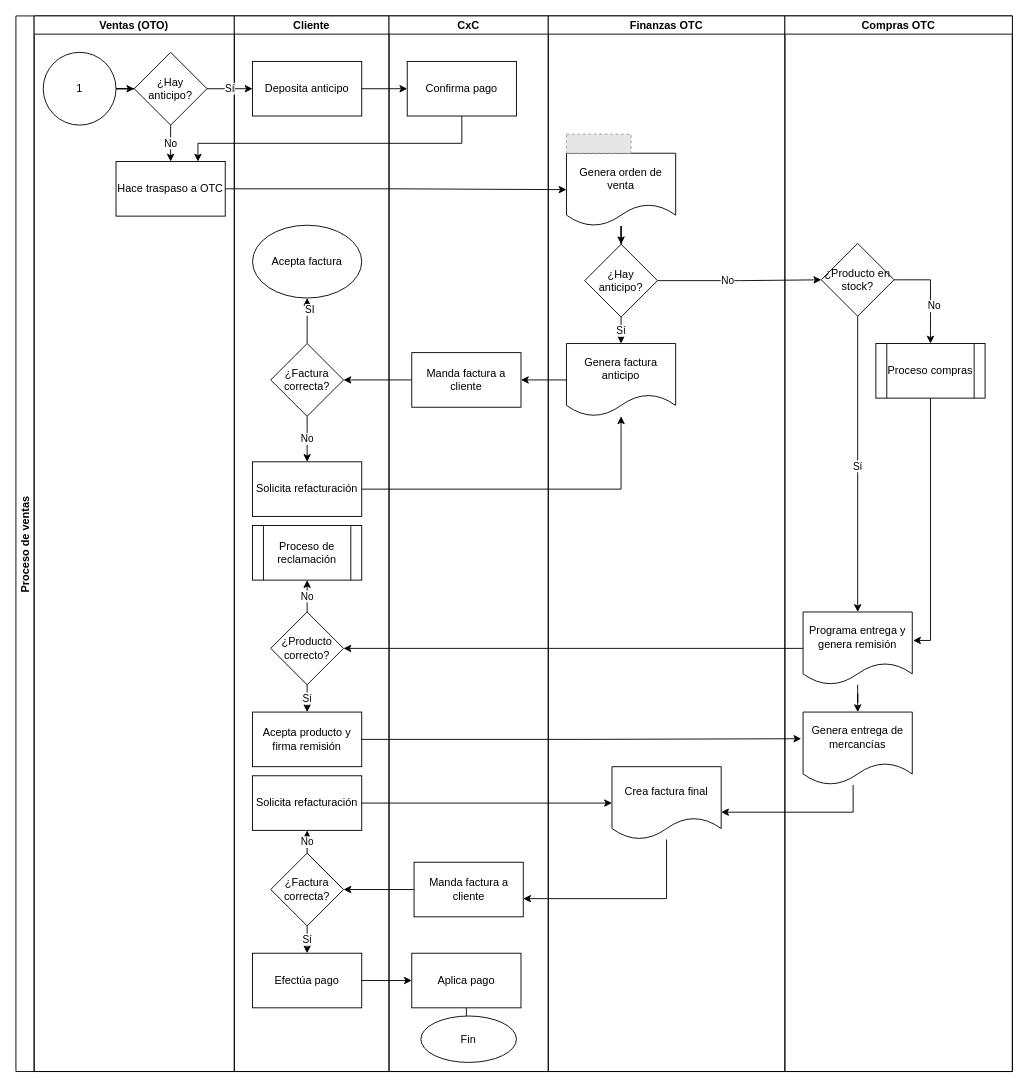
FerAran/Flowchart keeps this draw.io diagram as page "OTC" (2 of 2) of Venta bajo pedido.drawio. Above is the earlier version. Source tidied: cells renumbered, new cells numbered last; positions are measured from the earlier drawing's top-left corner, leaving out a move shared by most shapes. Both pictures are drawn from the tidied source at 91%, with x=0, y=0 at pixel (15, 15). Pictures stored in the file or linked from it are replaced by grey dashed boxes.
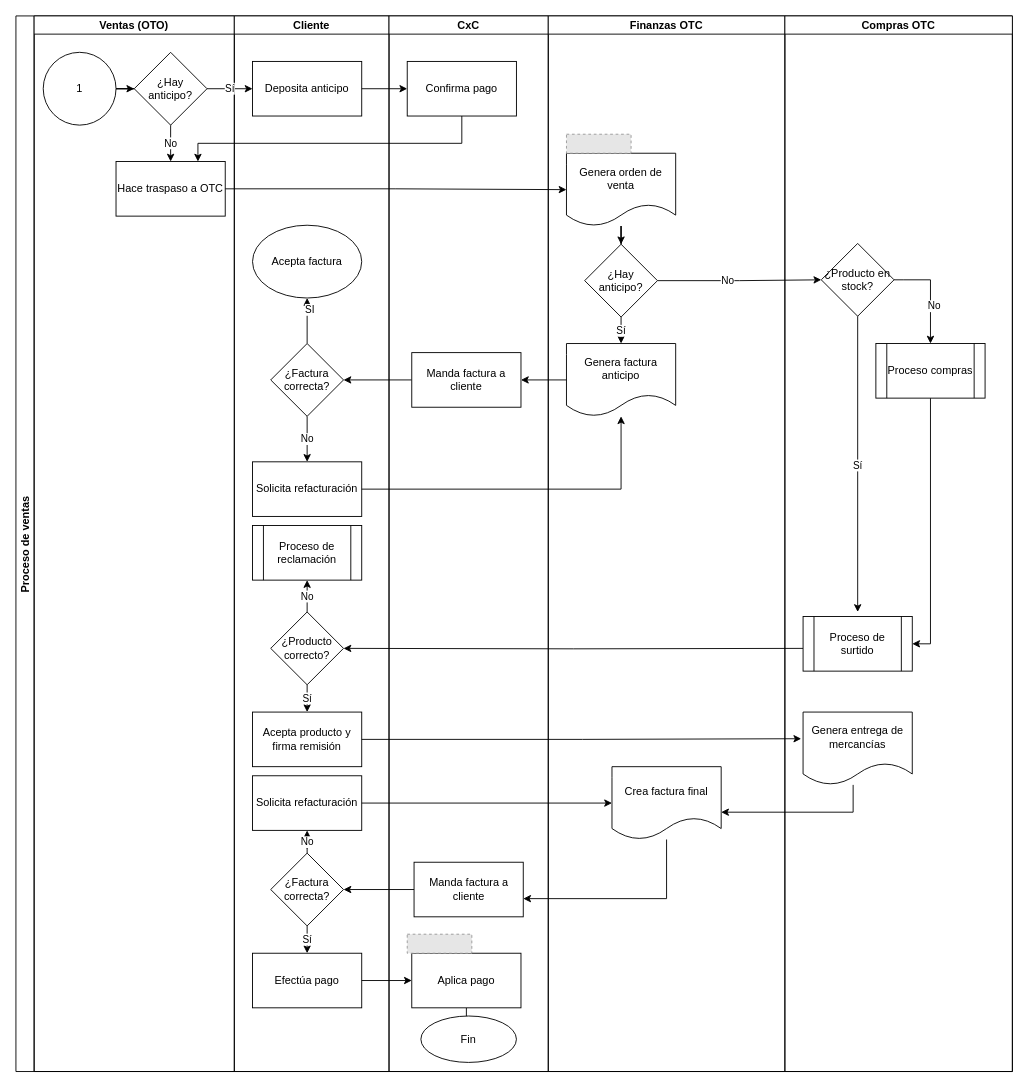
Above is the later version.

The change refers to these unchanged cells:
```xml
<mxCell id="2" value="Proceso de ventas" style="swimlane;startSize=20;horizontal=0;" parent="1" vertex="1">
  <mxGeometry width="1095" height="1160" as="geometry" />
</mxCell>
<mxCell id="18" value="¿Producto correcto?" style="rhombus;whiteSpace=wrap;html=1;" parent="9" vertex="1">
  <mxGeometry x="40" y="655" width="80" height="80" as="geometry" />
</mxCell>
<mxCell id="28" value="CxC" style="swimlane;startSize=20;" parent="2" vertex="1">
  <mxGeometry x="410" width="175" height="1160" as="geometry" />
</mxCell>
<mxCell id="51" value="Compras OTC" style="swimlane;startSize=20;" parent="2" vertex="1">
  <mxGeometry x="845" width="250" height="1160" as="geometry" />
</mxCell>
<mxCell id="54" value="¿Producto en stock?" style="rhombus;whiteSpace=wrap;html=1;" parent="51" vertex="1">
  <mxGeometry x="40" y="250" width="80" height="80" as="geometry" />
</mxCell>
<mxCell id="56" value="Proceso compras" style="shape=process;whiteSpace=wrap;html=1;backgroundOutline=1;" parent="51" vertex="1">
  <mxGeometry x="100" y="360" width="120" height="60" as="geometry" />
</mxCell>
<mxCell id="61" value="Genera entrega de mercancías" style="shape=document;whiteSpace=wrap;html=1;boundedLbl=1;" parent="51" vertex="1">
  <mxGeometry x="20" y="765" width="120" height="80" as="geometry" />
</mxCell>
```

Change to the diagram source:
```diff
@@
+    <mxCell id="69" style="fillColor=#E6E6E6;strokeColor=#999999;dashed=1;verticalLabelPosition=bottom;labelBackgroundColor=default;verticalAlign=top;" parent="28" vertex="1">
+      <mxGeometry x="20" y="1009.1" width="71" height="20.9" as="geometry" />
+    </mxCell>
@@
-    <mxCell id="48" style="edgeStyle=orthogonalEdgeStyle;rounded=0;jettySize=auto;html=1;entryX=1;entryY=0.5;entryDx=0;entryDy=0;" parent="2" edge="1" source="60" target="18">
-      <mxGeometry relative="1" as="geometry" />
+    <mxCell id="48" style="edgeStyle=orthogonalEdgeStyle;rounded=0;jettySize=auto;html=1;entryX=1;entryY=0.5;entryDx=0;entryDy=0;" parent="2" edge="1" target="18">
+      <mxGeometry relative="1" as="geometry">
+        <mxPoint x="865" y="695" as="sourcePoint" />
+      </mxGeometry>
     </mxCell>
@@
-    <mxCell id="55" style="edgeStyle=orthogonalEdgeStyle;rounded=0;jettySize=auto;html=1;entryX=1.008;entryY=0.391;entryDx=0;entryDy=0;exitX=0.5;exitY=1;exitDx=0;exitDy=0;entryPerimeter=0;" parent="51" edge="1" source="56" target="60">
-      <mxGeometry relative="1" as="geometry" />
-    </mxCell>
+    <mxCell id="70" style="edgeStyle=orthogonalEdgeStyle;rounded=0;jettySize=auto;html=1;exitX=0.5;exitY=1;exitDx=0;exitDy=0;entryX=1;entryY=0.5;entryDx=0;entryDy=0;" parent="51" edge="1" source="56" target="71">
+      <mxGeometry relative="1" as="geometry" />
+    </mxCell>
@@
-    <mxCell id="57" style="edgeStyle=orthogonalEdgeStyle;rounded=0;jettySize=auto;html=1;exitX=0.5;exitY=1;exitDx=0;exitDy=0;entryX=0.5;entryY=0;entryDx=0;entryDy=0;" parent="51" edge="1" source="54" target="60">
-      <mxGeometry relative="1" as="geometry" />
+    <mxCell id="57" style="edgeStyle=orthogonalEdgeStyle;rounded=0;jettySize=auto;html=1;exitX=0.5;exitY=1;exitDx=0;exitDy=0;entryX=0.5;entryY=0;entryDx=0;entryDy=0;" parent="51" edge="1" source="54">
+      <mxGeometry relative="1" as="geometry">
+        <mxPoint x="80" y="655" as="targetPoint" />
+      </mxGeometry>
     </mxCell>
@@
-    <mxCell id="59" style="edgeStyle=orthogonalEdgeStyle;rounded=0;jettySize=auto;html=1;" parent="51" edge="1" source="60" target="61">
-      <mxGeometry relative="1" as="geometry" />
-    </mxCell>
-    <mxCell id="60" value="Programa entrega y genera remisión" style="shape=document;whiteSpace=wrap;html=1;boundedLbl=1;" parent="51" vertex="1">
-      <mxGeometry x="20" y="655" width="120" height="80" as="geometry" />
-    </mxCell>
@@
+    <mxCell id="71" value="Proceso de surtido" style="shape=process;whiteSpace=wrap;html=1;backgroundOutline=1;" parent="51" vertex="1">
+      <mxGeometry x="20" y="660" width="120" height="60" as="geometry" />
+    </mxCell>
```
